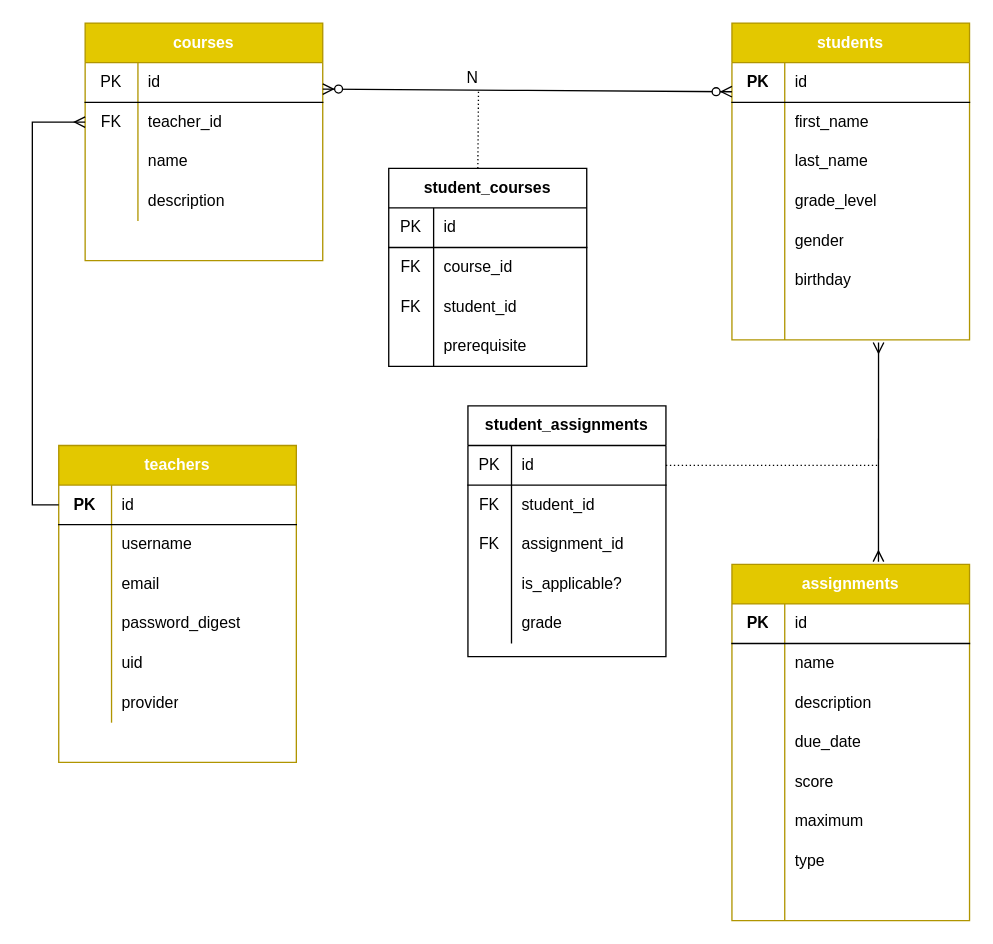
The draw.io diagram post_grade.drawio in haticekaratay/post-grade, before the edit. Source tidied: cells renumbered, new cells numbered last; positions are measured from the earlier drawing's top-left corner, leaving out a move shared by most shapes. Both pictures are drawn from the tidied source at 132%, with x=0, y=0 at pixel (32, 22).
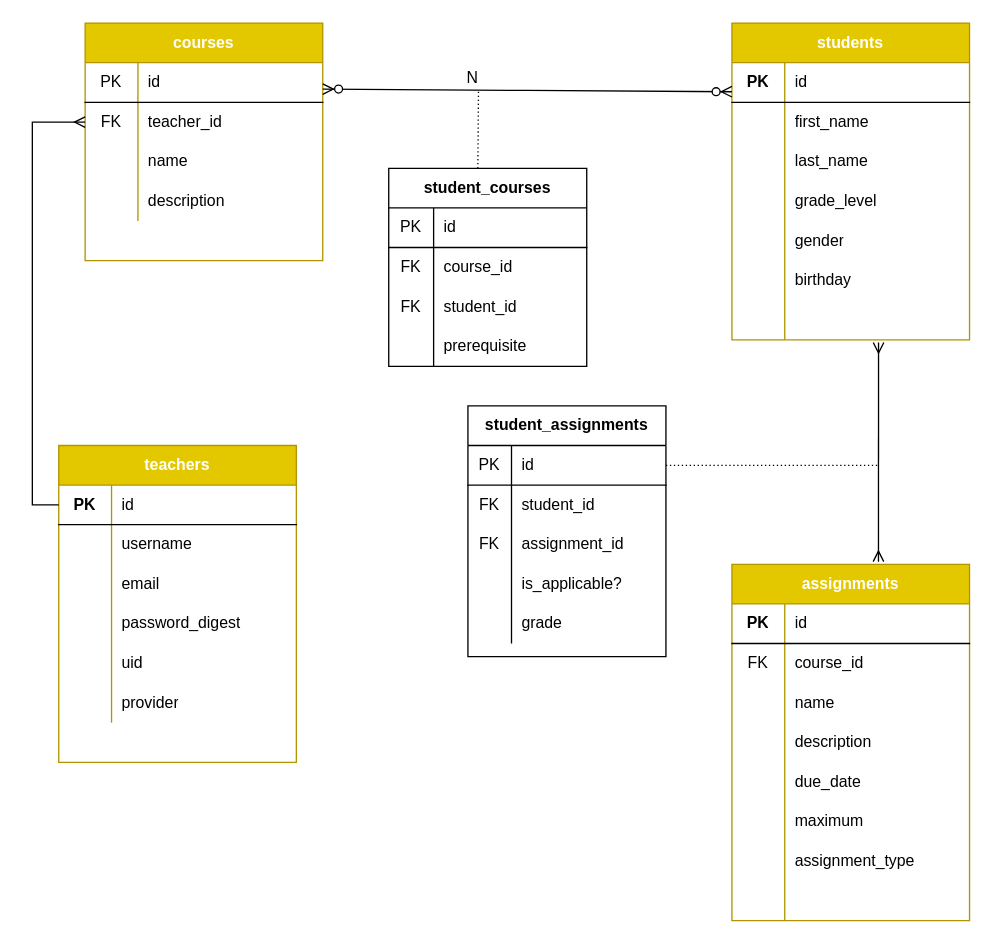
Above is the later version.

Commit message (it also covers changes not shown here):
Update association between course and assignment

The change refers to these unchanged cells:
```xml
<mxCell id="69" value="assignments" style="shape=table;html=1;whiteSpace=wrap;startSize=30;childLayout=tableLayout;rowLines=0;fontStyle=1;align=center;fillColor=#e3c800;strokeColor=#B09500;fontColor=#ffffff;" parent="1" vertex="1">
  <mxGeometry x="530" y="410" width="180" height="270" as="geometry" />
</mxCell>
<mxCell id="73" style="shape=partialRectangle;html=1;whiteSpace=wrap;fillColor=none;top=0;left=0;bottom=0;right=0;" parent="69" vertex="1">
  <mxGeometry y="60" width="180" height="30" as="geometry" />
</mxCell>
<mxCell id="88" style="shape=partialRectangle;html=1;whiteSpace=wrap;fillColor=none;top=0;left=0;bottom=0;right=0;" parent="69" vertex="1">
  <mxGeometry y="210" width="180" height="30" as="geometry" />
</mxCell>
```

Diff of the diagram source:
```diff
@@
-    <mxCell id="74" style="shape=partialRectangle;html=1;whiteSpace=wrap;fillColor=none;top=0;left=0;bottom=0;right=0;overflow=hidden;" parent="73" vertex="1">
+    <mxCell id="74" value="FK" style="shape=partialRectangle;html=1;whiteSpace=wrap;fillColor=none;top=0;left=0;bottom=0;right=0;overflow=hidden;" parent="73" vertex="1">
       <mxGeometry width="40" height="30" as="geometry" />
     </mxCell>
-    <mxCell id="75" value="name" style="shape=partialRectangle;html=1;whiteSpace=wrap;fillColor=none;top=0;left=0;bottom=0;right=0;align=left;spacingLeft=6;overflow=hidden;" parent="73" vertex="1">
+    <mxCell id="75" value="course_id" style="shape=partialRectangle;html=1;whiteSpace=wrap;fillColor=none;top=0;left=0;bottom=0;right=0;align=left;spacingLeft=6;overflow=hidden;" parent="73" vertex="1">
       <mxGeometry x="40" width="140" height="30" as="geometry" />
     </mxCell>
+    <mxCell id="116" style="shape=partialRectangle;html=1;whiteSpace=wrap;fillColor=none;top=0;left=0;bottom=0;right=0;" parent="69" vertex="1">
+      <mxGeometry y="90" width="180" height="30" as="geometry" />
+    </mxCell>
+    <mxCell id="83" style="shape=partialRectangle;html=1;whiteSpace=wrap;fillColor=none;top=0;left=0;bottom=0;right=0;overflow=hidden;" parent="116" vertex="1">
+      <mxGeometry width="40" height="30" as="geometry" />
+    </mxCell>
+    <mxCell id="117" value="name" style="shape=partialRectangle;html=1;whiteSpace=wrap;fillColor=none;top=0;left=0;bottom=0;right=0;align=left;spacingLeft=6;overflow=hidden;" parent="116" vertex="1">
+      <mxGeometry x="40" width="140" height="30" as="geometry" />
+    </mxCell>
     <mxCell id="76" style="shape=partialRectangle;html=1;whiteSpace=wrap;fillColor=none;top=0;left=0;bottom=0;right=0;" parent="69" vertex="1">
-      <mxGeometry y="90" width="180" height="30" as="geometry" />
+      <mxGeometry y="120" width="180" height="30" as="geometry" />
     </mxCell>
@@
     <mxCell id="79" style="shape=partialRectangle;html=1;whiteSpace=wrap;fillColor=none;top=0;left=0;bottom=0;right=0;" parent="69" vertex="1">
-      <mxGeometry y="120" width="180" height="30" as="geometry" />
+      <mxGeometry y="150" width="180" height="30" as="geometry" />
     </mxCell>
@@
-    <mxCell id="82" style="shape=partialRectangle;html=1;whiteSpace=wrap;fillColor=none;top=0;left=0;bottom=0;right=0;" parent="69" vertex="1">
-      <mxGeometry y="150" width="180" height="30" as="geometry" />
-    </mxCell>
-    <mxCell id="83" style="shape=partialRectangle;html=1;whiteSpace=wrap;fillColor=none;top=0;left=0;bottom=0;right=0;overflow=hidden;" parent="82" vertex="1">
-      <mxGeometry width="40" height="30" as="geometry" />
-    </mxCell>
-    <mxCell id="84" value="score" style="shape=partialRectangle;html=1;whiteSpace=wrap;fillColor=none;top=0;left=0;bottom=0;right=0;align=left;spacingLeft=6;overflow=hidden;" parent="82" vertex="1">
-      <mxGeometry x="40" width="140" height="30" as="geometry" />
-    </mxCell>
@@
-    <mxCell id="90" value="type" style="shape=partialRectangle;html=1;whiteSpace=wrap;fillColor=none;top=0;left=0;bottom=0;right=0;align=left;spacingLeft=6;overflow=hidden;" parent="88" vertex="1">
+    <mxCell id="90" value="assignment_type" style="shape=partialRectangle;html=1;whiteSpace=wrap;fillColor=none;top=0;left=0;bottom=0;right=0;align=left;spacingLeft=6;overflow=hidden;" parent="88" vertex="1">
       <mxGeometry x="40" width="140" height="30" as="geometry" />
     </mxCell>
```
